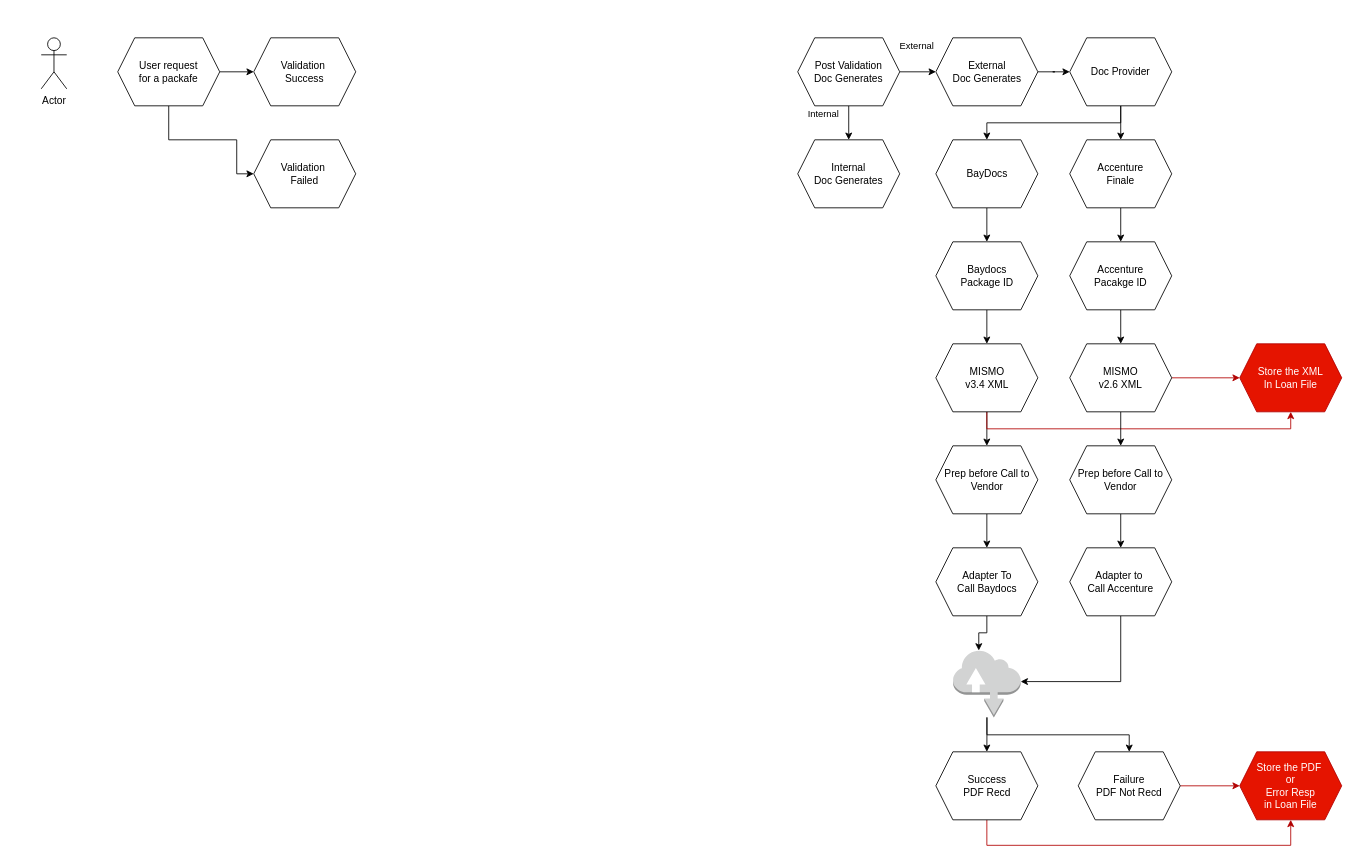
This is DocGen.drawio from lhesnadeemshaikh/los, a draw.io file, before an edit. Source tidied: cells renumbered, new cells numbered last; positions are measured from the earlier drawing's top-left corner, leaving out a move shared by most shapes. Both pictures are drawn from the tidied source at 85%, with x=0, y=0 at pixel (41, 37).
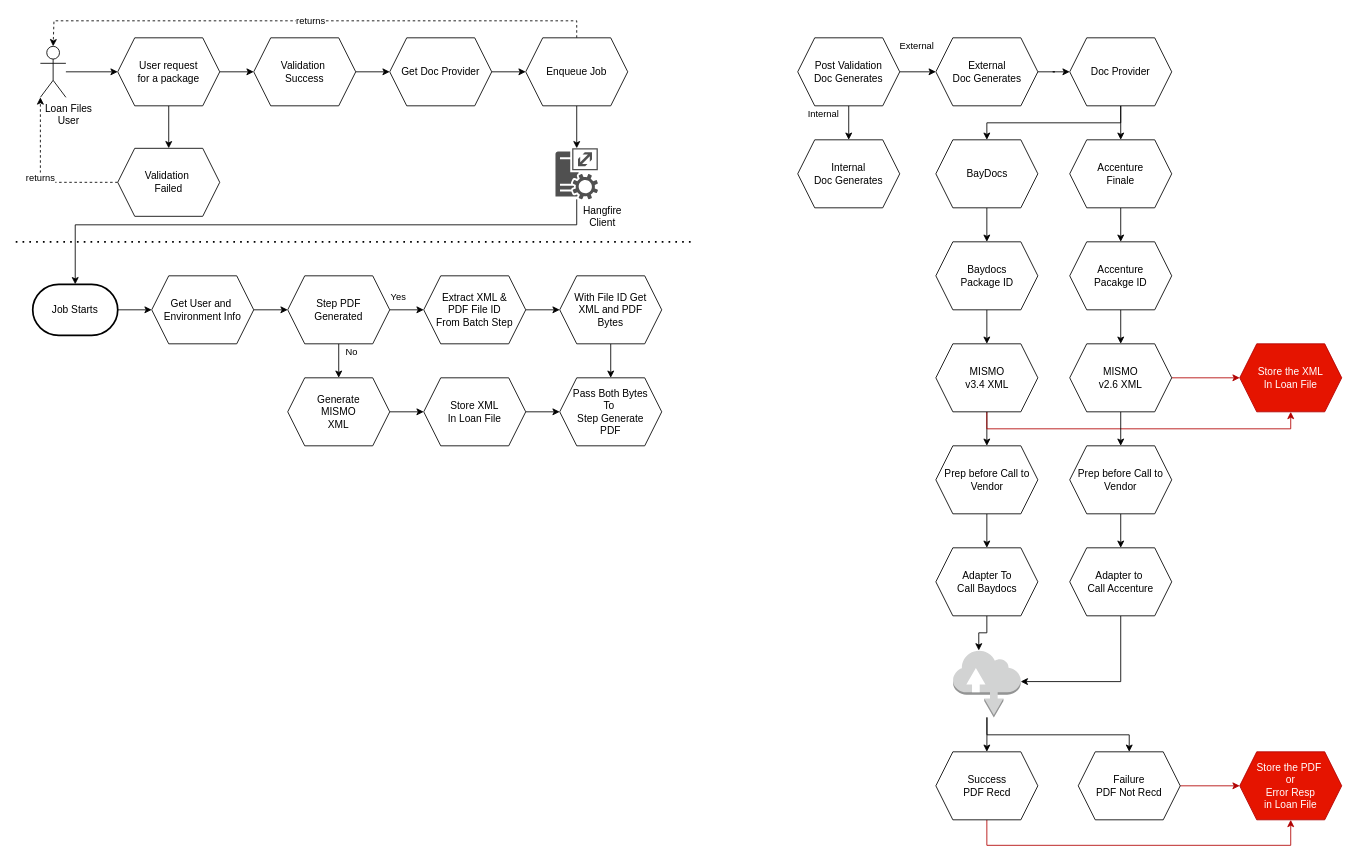
After the change.

Unchanged cells that the change refers to:
```xml
<mxCell id="46" value="Validation&amp;nbsp;&lt;br&gt;Success" style="shape=hexagon;perimeter=hexagonPerimeter2;whiteSpace=wrap;html=1;fixedSize=1;" parent="1" vertex="1">
  <mxGeometry x="250" width="120" height="80" as="geometry" />
</mxCell>
```

Diff of the diagram source:
```diff
@@
-    <mxCell id="43" style="edgeStyle=orthogonalEdgeStyle;rounded=0;jettySize=auto;html=1;entryX=0;entryY=0.5;entryDx=0;entryDy=0;" parent="1" edge="1" source="44" target="47">
-      <mxGeometry relative="1" as="geometry">
-        <Array as="points">
-          <mxPoint x="150" y="120" />
-          <mxPoint x="230" y="120" />
-          <mxPoint x="230" y="160" />
-        </Array>
-      </mxGeometry>
+    <mxCell id="43" style="edgeStyle=orthogonalEdgeStyle;rounded=0;jettySize=auto;html=1;entryX=0.5;entryY=0;entryDx=0;entryDy=0;" parent="1" edge="1" source="44" target="47">
+      <mxGeometry relative="1" as="geometry" />
     </mxCell>
-    <mxCell id="44" value="User request&lt;br&gt;for a packafe" style="shape=hexagon;perimeter=hexagonPerimeter2;whiteSpace=wrap;html=1;fixedSize=1;" parent="1" vertex="1">
+    <mxCell id="44" value="User request&lt;br&gt;for a package" style="shape=hexagon;perimeter=hexagonPerimeter2;whiteSpace=wrap;html=1;fixedSize=1;" parent="1" vertex="1">
       <mxGeometry x="90" width="120" height="80" as="geometry" />
     </mxCell>
+    <mxCell id="48" style="edgeStyle=orthogonalEdgeStyle;rounded=0;jettySize=auto;html=1;entryX=0;entryY=0.5;entryDx=0;entryDy=0;" parent="1" edge="1" source="45" target="44">
+      <mxGeometry relative="1" as="geometry" />
+    </mxCell>
-    <mxCell id="45" value="Actor" style="shape=umlActor;verticalLabelPosition=bottom;verticalAlign=top;html=1;outlineConnect=0;" parent="1" vertex="1">
-      <mxGeometry width="30" height="60" as="geometry" />
+    <mxCell id="45" value="Loan Files&lt;br&gt;User" style="shape=umlActor;verticalLabelPosition=bottom;verticalAlign=top;html=1;outlineConnect=0;spacingLeft=35;spacingBottom=0;" parent="1" vertex="1">
+      <mxGeometry x="-1" y="10" width="30" height="60" as="geometry" />
     </mxCell>
+    <mxCell id="49" style="edgeStyle=orthogonalEdgeStyle;rounded=0;jettySize=auto;html=1;" parent="1" edge="1" source="46" target="52">
+      <mxGeometry relative="1" as="geometry" />
+    </mxCell>
@@
+    <mxCell id="50" value="returns" style="edgeStyle=orthogonalEdgeStyle;rounded=0;jettySize=auto;html=1;entryX=0;entryY=1;entryDx=0;entryDy=0;entryPerimeter=0;dashed=1;" parent="1" edge="1" source="47" target="45">
+      <mxGeometry relative="1" as="geometry" />
+    </mxCell>
     <mxCell id="47" value="Validation&amp;nbsp;&lt;br&gt;Failed" style="shape=hexagon;perimeter=hexagonPerimeter2;whiteSpace=wrap;html=1;fixedSize=1;" parent="1" vertex="1">
-      <mxGeometry x="250" y="120" width="120" height="80" as="geometry" />
+      <mxGeometry x="90" y="130" width="120" height="80" as="geometry" />
     </mxCell>
+    <mxCell id="51" style="edgeStyle=orthogonalEdgeStyle;rounded=0;jettySize=auto;html=1;" parent="1" edge="1" source="52" target="57">
+      <mxGeometry relative="1" as="geometry" />
+    </mxCell>
+    <mxCell id="52" value="Get Doc Provider" style="shape=hexagon;perimeter=hexagonPerimeter2;whiteSpace=wrap;html=1;fixedSize=1;" parent="1" vertex="1">
+      <mxGeometry x="410" width="120" height="80" as="geometry" />
+    </mxCell>
+    <mxCell id="53" style="edgeStyle=orthogonalEdgeStyle;rounded=0;jettySize=auto;html=1;entryX=0.5;entryY=0;entryDx=0;entryDy=0;entryPerimeter=0;" parent="1" edge="1" source="54" target="59">
+      <mxGeometry relative="1" as="geometry">
+        <Array as="points">
+          <mxPoint x="630" y="220" />
+          <mxPoint x="40" y="220" />
+        </Array>
+      </mxGeometry>
+    </mxCell>
+    <mxCell id="54" value="Hangfire &lt;br&gt;Client" style="shadow=0;dashed=0;html=1;strokeColor=none;fillColor=#505050;labelPosition=center;verticalLabelPosition=bottom;verticalAlign=top;outlineConnect=0;align=center;shape=mxgraph.office.servers.call_admission_control_service;spacingLeft=60;" parent="1" vertex="1">
+      <mxGeometry x="605" y="130" width="50" height="60" as="geometry" />
+    </mxCell>
+    <mxCell id="55" style="edgeStyle=orthogonalEdgeStyle;rounded=0;jettySize=auto;html=1;" parent="1" edge="1" source="57" target="54">
+      <mxGeometry relative="1" as="geometry" />
+    </mxCell>
+    <mxCell id="56" value="returns" style="edgeStyle=orthogonalEdgeStyle;rounded=0;jettySize=auto;html=1;entryX=0.5;entryY=0;entryDx=0;entryDy=0;entryPerimeter=0;dashed=1;" parent="1" edge="1" source="57" target="45">
+      <mxGeometry relative="1" as="geometry">
+        <Array as="points">
+          <mxPoint x="630" y="-20" />
+          <mxPoint x="15" y="-20" />
+        </Array>
+      </mxGeometry>
+    </mxCell>
+    <mxCell id="57" value="Enqueue Job" style="shape=hexagon;perimeter=hexagonPerimeter2;whiteSpace=wrap;html=1;fixedSize=1;" parent="1" vertex="1">
+      <mxGeometry x="570" width="120" height="80" as="geometry" />
+    </mxCell>
+    <mxCell id="58" style="edgeStyle=orthogonalEdgeStyle;rounded=0;jettySize=auto;html=1;entryX=0;entryY=0.5;entryDx=0;entryDy=0;" parent="1" edge="1" source="59" target="63">
+      <mxGeometry relative="1" as="geometry" />
+    </mxCell>
+    <mxCell id="59" value="Job Starts" style="strokeWidth=2;html=1;shape=mxgraph.flowchart.terminator;whiteSpace=wrap;" parent="1" vertex="1">
+      <mxGeometry x="-10" y="290" width="100" height="60" as="geometry" />
+    </mxCell>
+    <mxCell id="60" style="endArrow=none;dashed=1;html=1;dashPattern=1 3;strokeWidth=2;" parent="1" edge="1">
+      <mxGeometry relative="1" as="geometry">
+        <mxPoint x="-30" y="240" as="sourcePoint" />
+        <mxPoint x="770" y="240" as="targetPoint" />
+      </mxGeometry>
+    </mxCell>
+    <mxCell id="61" style="edgeStyle=orthogonalEdgeStyle;rounded=0;jettySize=auto;html=1;spacingBottom=35;" parent="1" edge="1" source="63" target="65">
+      <mxGeometry relative="1" as="geometry" />
+    </mxCell>
+    <mxCell id="62" value="No" style="edgeStyle=orthogonalEdgeStyle;rounded=0;jettySize=auto;html=1;entryX=0.5;entryY=0;entryDx=0;entryDy=0;spacingLeft=30;spacingBottom=20;exitX=0.5;exitY=1;exitDx=0;exitDy=0;" parent="1" edge="1" source="65" target="69">
+      <mxGeometry relative="1" as="geometry" />
+    </mxCell>
+    <mxCell id="63" value="Get User and&amp;nbsp;&lt;br&gt;Environment Info" style="shape=hexagon;perimeter=hexagonPerimeter2;whiteSpace=wrap;html=1;fixedSize=1;" parent="1" vertex="1">
+      <mxGeometry x="130" y="280" width="120" height="80" as="geometry" />
+    </mxCell>
+    <mxCell id="64" value="Yes" style="edgeStyle=orthogonalEdgeStyle;rounded=0;jettySize=auto;html=1;spacingBottom=30;spacingRight=20;" parent="1" edge="1" source="65" target="67">
+      <mxGeometry relative="1" as="geometry" />
+    </mxCell>
+    <mxCell id="65" value="Step PDF&lt;br&gt;Generated" style="shape=hexagon;perimeter=hexagonPerimeter2;whiteSpace=wrap;html=1;fixedSize=1;" parent="1" vertex="1">
+      <mxGeometry x="290" y="280" width="120" height="80" as="geometry" />
+    </mxCell>
+    <mxCell id="66" style="edgeStyle=orthogonalEdgeStyle;rounded=0;jettySize=auto;html=1;" parent="1" edge="1" source="67" target="73">
+      <mxGeometry relative="1" as="geometry" />
+    </mxCell>
+    <mxCell id="67" value="&lt;span&gt;Extract XML &amp;amp; &lt;br&gt;PDF File ID&lt;/span&gt;&lt;br&gt;&lt;span&gt;From Batch Step&lt;/span&gt;" style="shape=hexagon;perimeter=hexagonPerimeter2;whiteSpace=wrap;html=1;fixedSize=1;" parent="1" vertex="1">
+      <mxGeometry x="450" y="280" width="120" height="80" as="geometry" />
+    </mxCell>
+    <mxCell id="68" style="edgeStyle=orthogonalEdgeStyle;rounded=0;jettySize=auto;html=1;" parent="1" edge="1" source="69" target="71">
+      <mxGeometry relative="1" as="geometry" />
+    </mxCell>
+    <mxCell id="69" value="Generate&lt;br&gt;MISMO&lt;br&gt;XML" style="shape=hexagon;perimeter=hexagonPerimeter2;whiteSpace=wrap;html=1;fixedSize=1;" parent="1" vertex="1">
+      <mxGeometry x="290" y="400" width="120" height="80" as="geometry" />
+    </mxCell>
+    <mxCell id="70" style="edgeStyle=orthogonalEdgeStyle;rounded=0;jettySize=auto;html=1;entryX=0;entryY=0.5;entryDx=0;entryDy=0;" parent="1" edge="1" source="71" target="74">
+      <mxGeometry relative="1" as="geometry" />
+    </mxCell>
+    <mxCell id="71" value="Store XML&lt;br&gt;In Loan File" style="shape=hexagon;perimeter=hexagonPerimeter2;whiteSpace=wrap;html=1;fixedSize=1;" parent="1" vertex="1">
+      <mxGeometry x="450" y="400" width="120" height="80" as="geometry" />
+    </mxCell>
+    <mxCell id="72" style="edgeStyle=orthogonalEdgeStyle;rounded=0;jettySize=auto;html=1;" parent="1" edge="1" source="73" target="74">
+      <mxGeometry relative="1" as="geometry" />
+    </mxCell>
+    <mxCell id="73" value="With File ID Get &lt;br&gt;XML and PDF&lt;br&gt;Bytes" style="shape=hexagon;perimeter=hexagonPerimeter2;whiteSpace=wrap;html=1;fixedSize=1;" parent="1" vertex="1">
+      <mxGeometry x="610" y="280" width="120" height="80" as="geometry" />
+    </mxCell>
+    <mxCell id="74" value="Pass Both Bytes&lt;br&gt;To&amp;nbsp;&lt;br&gt;Step Generate&lt;br&gt;PDF" style="shape=hexagon;perimeter=hexagonPerimeter2;whiteSpace=wrap;html=1;fixedSize=1;" parent="1" vertex="1">
+      <mxGeometry x="610" y="400" width="120" height="80" as="geometry" />
+    </mxCell>
```
